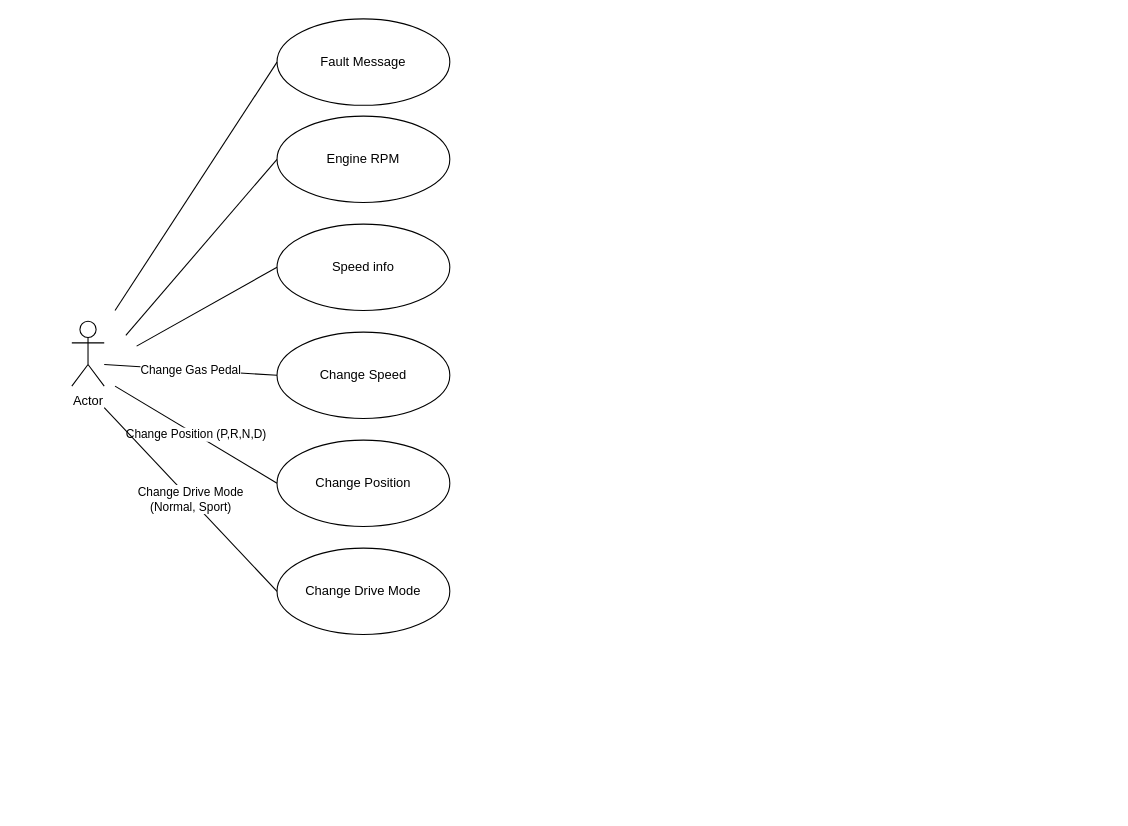
Above: doc/UML/use_case_diagram.drawio in osch88/ProjectManhattan (draw.io), before the change. Source tidied: cells renumbered, new cells numbered last; positions are measured from the earlier drawing's top-left corner, leaving out a move shared by most shapes. Both pictures are drawn from the tidied source at 108%, with x=0, y=0 at pixel (71, 18).
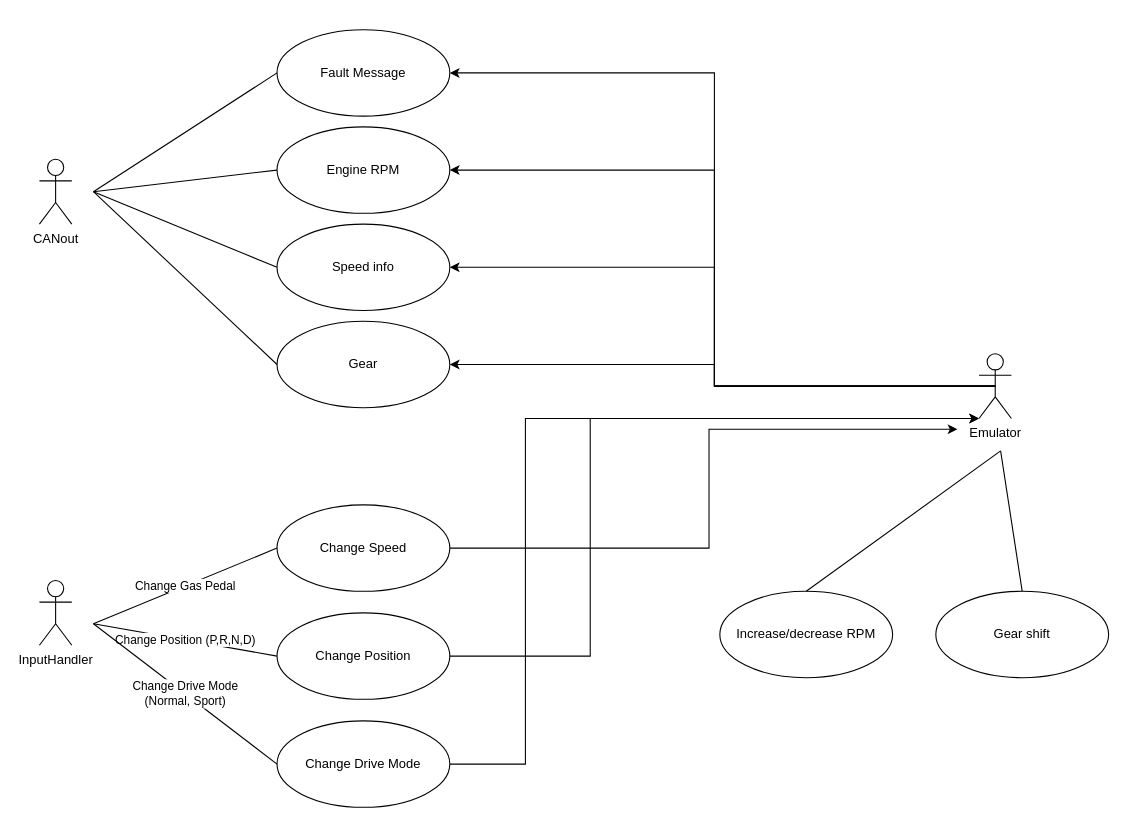
The same diagram, later.

Commit message:
splitted up into modules

Unchanged cells that the change refers to:
```xml
<mxCell id="11" value="Speed info" style="ellipse;whiteSpace=wrap;html=1;" parent="1" vertex="1">
  <mxGeometry x="190" y="190" width="160" height="80" as="geometry" />
</mxCell>
```

Diff of the diagram source:
```diff
@@
-    <mxCell id="2" value="Actor" style="shape=umlActor;verticalLabelPosition=bottom;verticalAlign=top;html=1;" parent="1" vertex="1">
-      <mxGeometry y="280" width="30" height="60" as="geometry" />
+    <mxCell id="2" value="InputHandler" style="shape=umlActor;verticalLabelPosition=bottom;verticalAlign=top;html=1;" parent="1" vertex="1">
+      <mxGeometry x="-30" y="520" width="30" height="60" as="geometry" />
     </mxCell>
+    <mxCell id="15" style="edgeStyle=orthogonalEdgeStyle;rounded=0;jettySize=auto;html=1;exitX=1;exitY=0.5;exitDx=0;exitDy=0;" parent="1" edge="1" source="3">
+      <mxGeometry relative="1" as="geometry">
+        <mxPoint x="820" y="380" as="targetPoint" />
+        <Array as="points">
+          <mxPoint x="590" y="490" />
+          <mxPoint x="590" y="380" />
+        </Array>
+      </mxGeometry>
+    </mxCell>
     <mxCell id="3" value="Change Speed" style="ellipse;whiteSpace=wrap;html=1;" parent="1" vertex="1">
-      <mxGeometry x="190" y="290" width="160" height="80" as="geometry" />
+      <mxGeometry x="190" y="450" width="160" height="80" as="geometry" />
     </mxCell>
     <mxCell id="4" value="Change Gas Pedal" style="endArrow=none;html=1;entryX=0;entryY=0.5;entryDx=0;entryDy=0;" parent="1" edge="1" target="3">
       <mxGeometry relative="1" as="geometry">
-        <mxPoint x="30" y="320" as="sourcePoint" />
+        <mxPoint x="20" y="560" as="sourcePoint" />
       </mxGeometry>
     </mxCell>
+    <mxCell id="16" style="edgeStyle=orthogonalEdgeStyle;rounded=0;jettySize=auto;html=1;exitX=1;exitY=0.5;exitDx=0;exitDy=0;entryX=0;entryY=1;entryDx=0;entryDy=0;entryPerimeter=0;" parent="1" edge="1" source="5" target="25">
+      <mxGeometry relative="1" as="geometry">
+        <Array as="points">
+          <mxPoint x="480" y="590" />
+          <mxPoint x="480" y="370" />
+        </Array>
+      </mxGeometry>
+    </mxCell>
     <mxCell id="5" value="Change Position" style="ellipse;whiteSpace=wrap;html=1;" parent="1" vertex="1">
-      <mxGeometry x="190" y="390" width="160" height="80" as="geometry" />
+      <mxGeometry x="190" y="550" width="160" height="80" as="geometry" />
     </mxCell>
+    <mxCell id="17" style="edgeStyle=orthogonalEdgeStyle;rounded=0;jettySize=auto;html=1;exitX=1;exitY=0.5;exitDx=0;exitDy=0;entryX=0;entryY=1;entryDx=0;entryDy=0;entryPerimeter=0;" parent="1" edge="1" source="6" target="25">
+      <mxGeometry relative="1" as="geometry">
+        <Array as="points">
+          <mxPoint x="420" y="690" />
+          <mxPoint x="420" y="370" />
+        </Array>
+      </mxGeometry>
+    </mxCell>
     <mxCell id="6" value="Change Drive Mode" style="ellipse;whiteSpace=wrap;html=1;" parent="1" vertex="1">
-      <mxGeometry x="190" y="490" width="160" height="80" as="geometry" />
+      <mxGeometry x="190" y="650" width="160" height="80" as="geometry" />
     </mxCell>
     <mxCell id="7" value="Change Position (P,R,N,D)" style="endArrow=none;html=1;entryX=0;entryY=0.5;entryDx=0;entryDy=0;" parent="1" edge="1" target="5">
       <mxGeometry relative="1" as="geometry">
-        <mxPoint x="40" y="340" as="sourcePoint" />
+        <mxPoint x="20" y="560" as="sourcePoint" />
       </mxGeometry>
     </mxCell>
     <mxCell id="8" value="Change Drive Mode&lt;br&gt;(Normal, Sport)" style="endArrow=none;html=1;entryX=0;entryY=0.5;entryDx=0;entryDy=0;" parent="1" edge="1" target="6">
       <mxGeometry relative="1" as="geometry">
-        <mxPoint x="30" y="360" as="sourcePoint" />
+        <mxPoint x="20" y="560" as="sourcePoint" />
       </mxGeometry>
     </mxCell>
     <mxCell id="9" value="Engine RPM" style="ellipse;whiteSpace=wrap;html=1;" parent="1" vertex="1">
-      <mxGeometry x="190" y="90" width="160" height="80" as="geometry" />
+      <mxGeometry x="190" y="100" width="160" height="80" as="geometry" />
     </mxCell>
     <mxCell id="10" style="endArrow=none;html=1;entryX=0;entryY=0.5;entryDx=0;entryDy=0;" parent="1" edge="1" target="9">
       <mxGeometry relative="1" as="geometry">
-        <mxPoint x="50" y="293" as="sourcePoint" />
+        <mxPoint x="20" y="160" as="sourcePoint" />
       </mxGeometry>
     </mxCell>
@@
     <mxCell id="12" style="endArrow=none;html=1;entryX=0;entryY=0.5;entryDx=0;entryDy=0;" parent="1" edge="1" target="11">
       <mxGeometry relative="1" as="geometry">
-        <mxPoint x="60" y="303" as="sourcePoint" />
+        <mxPoint x="20" y="160" as="sourcePoint" />
       </mxGeometry>
     </mxCell>
     <mxCell id="13" value="Fault Message" style="ellipse;whiteSpace=wrap;html=1;" parent="1" vertex="1">
-      <mxGeometry x="190" width="160" height="80" as="geometry" />
+      <mxGeometry x="190" y="10" width="160" height="80" as="geometry" />
     </mxCell>
     <mxCell id="14" style="endArrow=none;html=1;entryX=0;entryY=0.5;entryDx=0;entryDy=0;" parent="1" edge="1" target="13">
       <mxGeometry relative="1" as="geometry">
-        <mxPoint x="40" y="270" as="sourcePoint" />
+        <mxPoint x="20" y="160" as="sourcePoint" />
       </mxGeometry>
     </mxCell>
+    <mxCell id="18" value="Gear" style="ellipse;whiteSpace=wrap;html=1;" parent="1" vertex="1">
+      <mxGeometry x="190" y="280" width="160" height="80" as="geometry" />
+    </mxCell>
+    <mxCell id="19" value="CANout" style="shape=umlActor;verticalLabelPosition=bottom;verticalAlign=top;html=1;" parent="1" vertex="1">
+      <mxGeometry x="-30" y="130" width="30" height="60" as="geometry" />
+    </mxCell>
+    <mxCell id="20" style="endArrow=none;html=1;entryX=0;entryY=0.5;entryDx=0;entryDy=0;" parent="1" edge="1" target="18">
+      <mxGeometry relative="1" as="geometry">
+        <mxPoint x="20" y="160" as="sourcePoint" />
+      </mxGeometry>
+    </mxCell>
+    <mxCell id="21" style="edgeStyle=orthogonalEdgeStyle;rounded=0;jettySize=auto;html=1;exitX=0.5;exitY=0.5;exitDx=0;exitDy=0;exitPerimeter=0;entryX=1;entryY=0.5;entryDx=0;entryDy=0;" parent="1" edge="1" source="25" target="13">
+      <mxGeometry relative="1" as="geometry" />
+    </mxCell>
+    <mxCell id="22" style="edgeStyle=orthogonalEdgeStyle;rounded=0;jettySize=auto;html=1;exitX=0.5;exitY=0.5;exitDx=0;exitDy=0;exitPerimeter=0;entryX=1;entryY=0.5;entryDx=0;entryDy=0;" parent="1" edge="1" source="25" target="9">
+      <mxGeometry relative="1" as="geometry" />
+    </mxCell>
+    <mxCell id="23" style="edgeStyle=orthogonalEdgeStyle;rounded=0;jettySize=auto;html=1;exitX=0.5;exitY=0.5;exitDx=0;exitDy=0;exitPerimeter=0;entryX=1;entryY=0.5;entryDx=0;entryDy=0;" parent="1" edge="1" source="25" target="11">
+      <mxGeometry relative="1" as="geometry" />
+    </mxCell>
+    <mxCell id="24" style="edgeStyle=orthogonalEdgeStyle;rounded=0;jettySize=auto;html=1;exitX=0.5;exitY=0.5;exitDx=0;exitDy=0;exitPerimeter=0;entryX=1;entryY=0.5;entryDx=0;entryDy=0;" parent="1" edge="1" source="25" target="18">
+      <mxGeometry relative="1" as="geometry" />
+    </mxCell>
+    <mxCell id="25" value="Emulator" style="shape=umlActor;verticalLabelPosition=bottom;verticalAlign=top;html=1;outlineConnect=0;" parent="1" vertex="1">
+      <mxGeometry x="840" y="310" width="30" height="60" as="geometry" />
+    </mxCell>
+    <mxCell id="26" value="Increase/decrease RPM" style="ellipse;whiteSpace=wrap;html=1;" parent="1" vertex="1">
+      <mxGeometry x="600" y="530" width="160" height="80" as="geometry" />
+    </mxCell>
+    <mxCell id="27" value="Gear shift" style="ellipse;whiteSpace=wrap;html=1;" parent="1" vertex="1">
+      <mxGeometry x="800" y="530" width="160" height="80" as="geometry" />
+    </mxCell>
+    <mxCell id="28" style="endArrow=none;html=1;exitX=0.5;exitY=0;exitDx=0;exitDy=0;" parent="1" edge="1" source="26">
+      <mxGeometry relative="1" as="geometry">
+        <mxPoint x="860" y="400" as="targetPoint" />
+      </mxGeometry>
+    </mxCell>
+    <mxCell id="29" style="endArrow=none;html=1;exitX=0.5;exitY=0;exitDx=0;exitDy=0;" parent="1" edge="1" source="27">
+      <mxGeometry relative="1" as="geometry">
+        <mxPoint x="860" y="400" as="targetPoint" />
+      </mxGeometry>
+    </mxCell>
```
